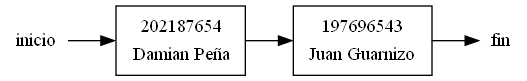
This is EDD_Proyecto1_Fase1/Reportes/cola.png from walterjav19/EDD_1S2023_PY_202111718, a Graphviz export, as it was before one commit. Its source is kept beside it as EDD_Proyecto1_Fase1/Grafics/cola.dot. Source of this version:
```dot
digraph Cola {
rankdir=LR;
node [shape=record];
head [shape=none, label="inicio", style=bold, height=0, width=0];
tail [shape=none, label="fin", style=bold, height=0, width=0];a202187654 [label=<<TABLE border="0"><TR><TD ALIGN="CENTER">202187654</TD></TR><TR><TD ALIGN="CENTER">Damian Peña</TD></TR></TABLE>>];
a202187654 -> a197696543;
a197696543 [label=<<TABLE border="0"><TR><TD ALIGN="CENTER">197696543</TD></TR><TR><TD ALIGN="CENTER">Juan Guarnizo</TD></TR></TABLE>>];
head -> a202187654;
a197696543->tail;
}
```
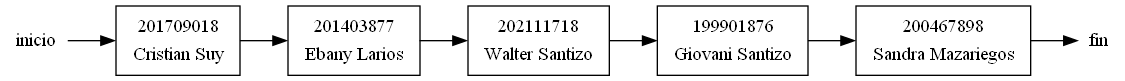
After the change.

Change to the diagram source:
```diff
@@ -2,9 +2,15 @@
 rankdir=LR;
 node [shape=record];
 head [shape=none, label="inicio", style=bold, height=0, width=0];
-tail [shape=none, label="fin", style=bold, height=0, width=0];a202187654 [label=<<TABLE border="0"><TR><TD ALIGN="CENTER">202187654</TD></TR><TR><TD ALIGN="CENTER">Damian Peña</TD></TR></TABLE>>];
-a202187654 -> a197696543;
-a197696543 [label=<<TABLE border="0"><TR><TD ALIGN="CENTER">197696543</TD></TR><TR><TD ALIGN="CENTER">Juan Guarnizo</TD></TR></TABLE>>];
-head -> a202187654;
-a197696543->tail;
+tail [shape=none, label="fin", style=bold, height=0, width=0];a201709018 [label=<<TABLE border="0"><TR><TD ALIGN="CENTER">201709018</TD></TR><TR><TD ALIGN="CENTER">Cristian Suy</TD></TR></TABLE>>];
+a201709018 -> a201403877;
+a201403877 [label=<<TABLE border="0"><TR><TD ALIGN="CENTER">201403877</TD></TR><TR><TD ALIGN="CENTER">Ebany Larios</TD></TR></TABLE>>];
+a201403877 -> a202111718;
+a202111718 [label=<<TABLE border="0"><TR><TD ALIGN="CENTER">202111718</TD></TR><TR><TD ALIGN="CENTER">Walter Santizo</TD></TR></TABLE>>];
+a202111718 -> a199901876;
+a199901876 [label=<<TABLE border="0"><TR><TD ALIGN="CENTER">199901876</TD></TR><TR><TD ALIGN="CENTER">Giovani Santizo</TD></TR></TABLE>>];
+a199901876 -> a200467898;
+a200467898 [label=<<TABLE border="0"><TR><TD ALIGN="CENTER">200467898</TD></TR><TR><TD ALIGN="CENTER">Sandra Mazariegos</TD></TR></TABLE>>];
+head -> a201709018;
+a200467898->tail;
 }
```
